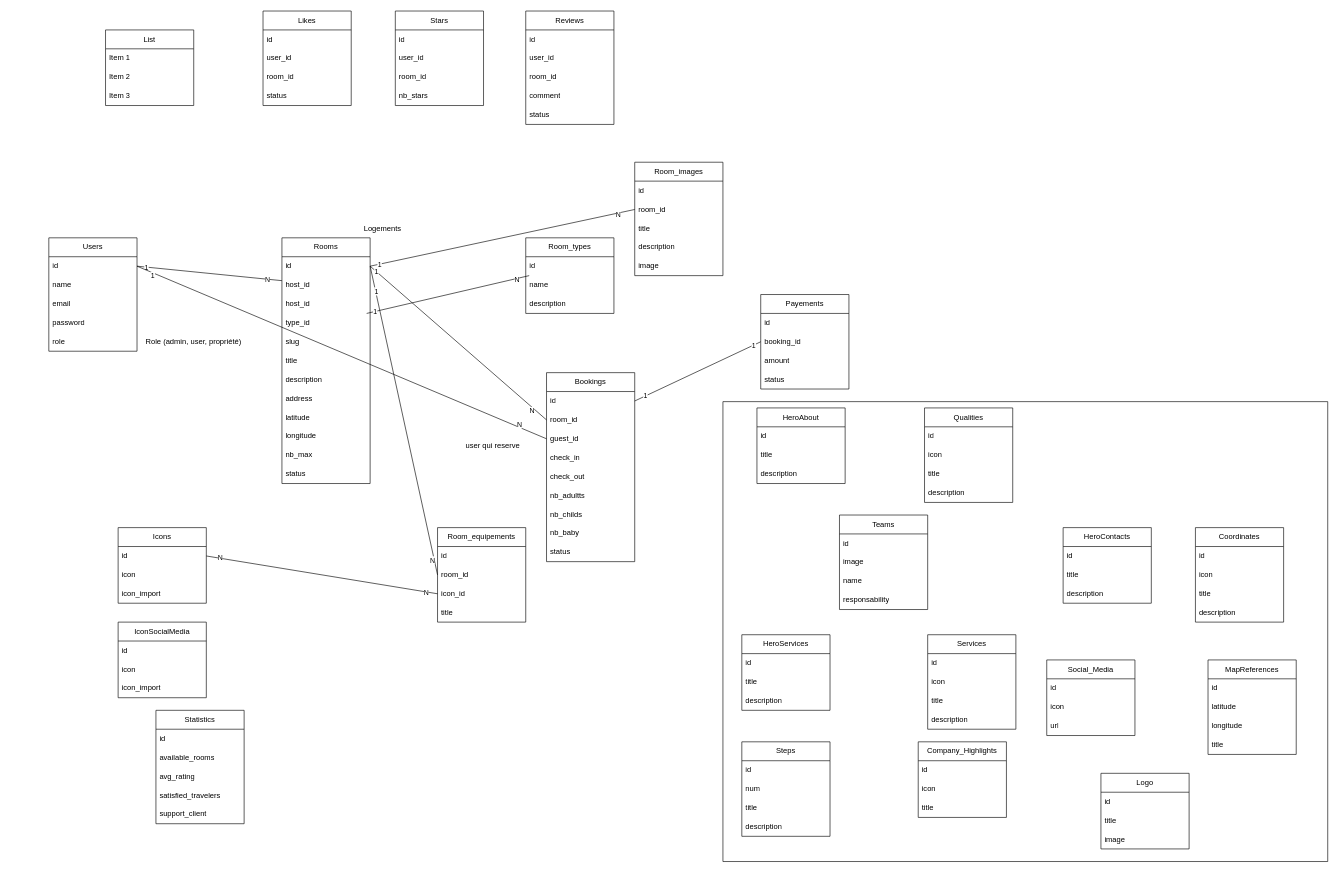
The draw.io diagram Annuaire.drawio in Arsene-Faly/Modelisation_bdd, before the edit. Source tidied: cells renumbered, new cells numbered last; positions are measured from the earlier drawing's top-left corner, leaving out a move shared by most shapes. Both pictures are drawn from the tidied source at 63%, with x=0, y=0 at pixel (49, 11).
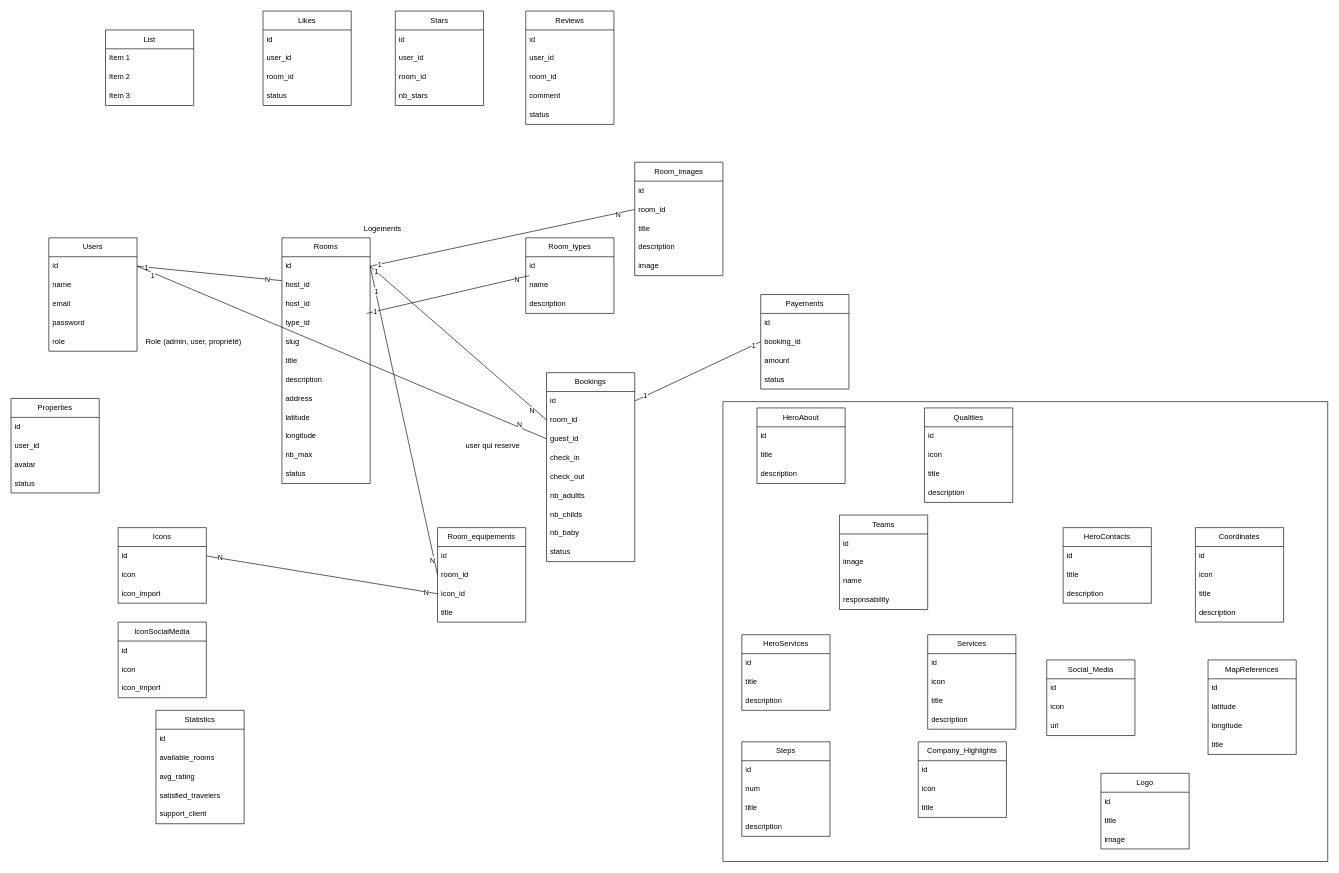
The same page after the edit.

Commit message (it also covers changes not shown here):
Mettre à jour Annuaire.drawio

The edit, as a diff of the source:
```diff
@@
+    <mxCell id="167" value="Properties" style="swimlane;fontStyle=0;horizontal=1;startSize=30;whiteSpace=wrap;html=1;" parent="1" vertex="1">
+      <mxGeometry x="-60" y="615" width="140" height="150" as="geometry" />
+    </mxCell>
+    <mxCell id="168" value="id" style="text;strokeColor=none;fillColor=none;align=left;verticalAlign=middle;spacingLeft=4;spacingRight=4;overflow=hidden;whiteSpace=wrap;html=1;" parent="167" vertex="1">
+      <mxGeometry y="30" width="140" height="30" as="geometry" />
+    </mxCell>
+    <mxCell id="169" value="user_id" style="text;strokeColor=none;fillColor=none;align=left;verticalAlign=middle;spacingLeft=4;spacingRight=4;overflow=hidden;whiteSpace=wrap;html=1;" parent="167" vertex="1">
+      <mxGeometry y="60" width="140" height="30" as="geometry" />
+    </mxCell>
+    <mxCell id="170" value="avatar" style="text;strokeColor=none;fillColor=none;align=left;verticalAlign=middle;spacingLeft=4;spacingRight=4;overflow=hidden;whiteSpace=wrap;html=1;" parent="167" vertex="1">
+      <mxGeometry y="90" width="140" height="30" as="geometry" />
+    </mxCell>
+    <mxCell id="171" value="status" style="text;strokeColor=none;fillColor=none;align=left;verticalAlign=middle;spacingLeft=4;spacingRight=4;overflow=hidden;whiteSpace=wrap;html=1;" parent="167" vertex="1">
+      <mxGeometry y="120" width="140" height="30" as="geometry" />
+    </mxCell>
```
